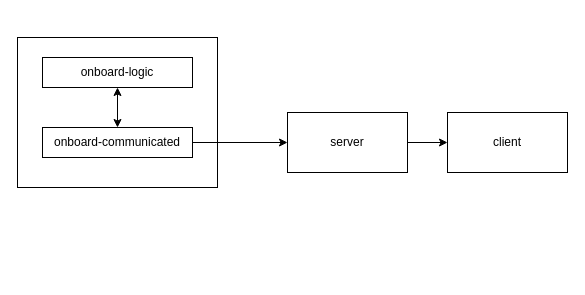
GrigoryGriko/astro_checklist keeps this draw.io diagram as ТРанспорт, телеметрия.drawio. Above is the earlier version. Source tidied: cells renumbered, new cells numbered last; positions are measured from the earlier drawing's top-left corner, leaving out a move shared by most shapes. Both pictures are drawn from the tidied source at 100%, with x=0, y=0 at pixel (17, 37).
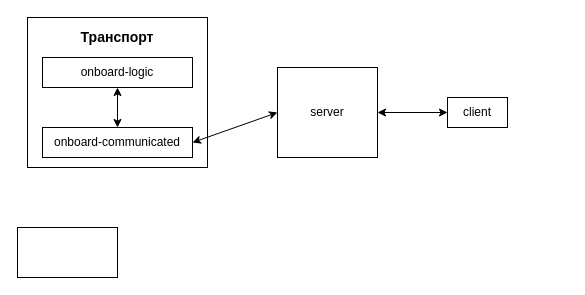
After the change.

What changed in the source:
```diff
@@
 <mxGraphModel>
   <root>
     <mxCell id="0" />
     <mxCell id="1" parent="0" />
     <mxCell id="2" style="rounded=0;whiteSpace=wrap;html=1;" parent="1" vertex="1">
-      <mxGeometry width="200" height="150" as="geometry" />
+      <mxGeometry x="10" y="-20" width="180" height="150" as="geometry" />
     </mxCell>
     <mxCell id="3" value="onboard-logic" style="rounded=0;whiteSpace=wrap;html=1;" parent="1" vertex="1">
       <mxGeometry x="25" y="20" width="150" height="30" as="geometry" />
     </mxCell>
     <mxCell id="4" value="onboard-communicated" style="rounded=0;whiteSpace=wrap;html=1;" parent="1" vertex="1">
       <mxGeometry x="25" y="90" width="150" height="30" as="geometry" />
     </mxCell>
     <mxCell id="5" style="endArrow=classic;startArrow=classic;html=1;rounded=0;entryX=0.5;entryY=1;entryDx=0;entryDy=0;exitX=0.5;exitY=0;exitDx=0;exitDy=0;" parent="1" edge="1" source="4" target="3">
       <mxGeometry relative="1" as="geometry" />
     </mxCell>
-    <mxCell id="6" style="endArrow=classic;html=1;rounded=0;exitX=1;exitY=0.5;exitDx=0;exitDy=0;" parent="1" edge="1" source="4" target="8">
-      <mxGeometry relative="1" as="geometry" />
-    </mxCell>
-    <mxCell id="7" style="edgeStyle=orthogonalEdgeStyle;rounded=0;jettySize=auto;html=1;" parent="1" edge="1" source="8" target="9">
-      <mxGeometry relative="1" as="geometry" />
-    </mxCell>
     <mxCell id="8" value="server" style="rounded=0;whiteSpace=wrap;html=1;" parent="1" vertex="1">
-      <mxGeometry x="270" y="75" width="120" height="60" as="geometry" />
+      <mxGeometry x="260" y="30" width="100" height="90" as="geometry" />
     </mxCell>
     <mxCell id="9" value="client" style="whiteSpace=wrap;html=1;rounded=0;" parent="1" vertex="1">
-      <mxGeometry x="430" y="75" width="120" height="60" as="geometry" />
+      <mxGeometry x="430" y="60" width="60" height="30" as="geometry" />
     </mxCell>
+    <mxCell id="7" style="endArrow=classic;startArrow=classic;html=1;rounded=0;entryX=0;entryY=0.5;entryDx=0;entryDy=0;exitX=1;exitY=0.5;exitDx=0;exitDy=0;" parent="1" edge="1" source="8" target="9">
+      <mxGeometry relative="1" as="geometry" />
+    </mxCell>
+    <mxCell id="6" style="endArrow=classic;startArrow=classic;html=1;rounded=0;exitX=1;exitY=0.5;exitDx=0;exitDy=0;entryX=0;entryY=0.5;entryDx=0;entryDy=0;" parent="1" edge="1" source="4" target="8">
+      <mxGeometry relative="1" as="geometry" />
+    </mxCell>
+    <mxCell id="10" style="rounded=0;whiteSpace=wrap;html=1;" parent="1" vertex="1">
+      <mxGeometry y="190" width="100" height="50" as="geometry" />
+    </mxCell>
+    <mxCell id="11" value="Транспорт" style="text;html=1;align=center;verticalAlign=middle;whiteSpace=wrap;rounded=0;fontStyle=1;fontSize=14;" parent="1" vertex="1">
+      <mxGeometry x="65" y="-15" width="70" height="30" as="geometry" />
+    </mxCell>
   </root>
 </mxGraphModel>
```
